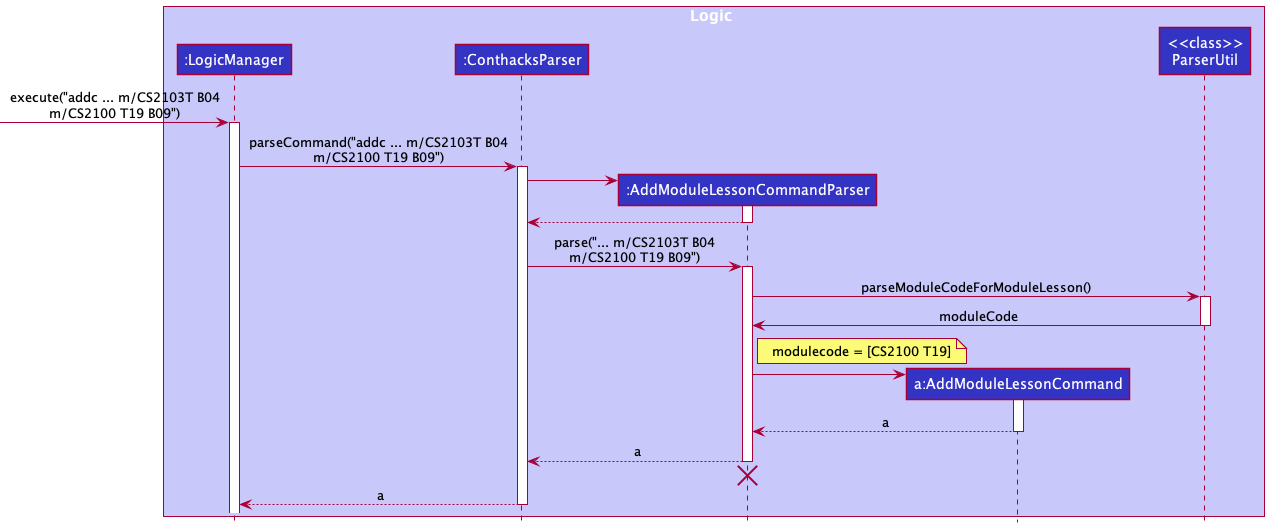
nus-cs2103-AY2122S1/tp keeps this PlantUML diagram as docs/images/ParseAddModuleLessonSequenceDiagram.png. Above is the earlier version.
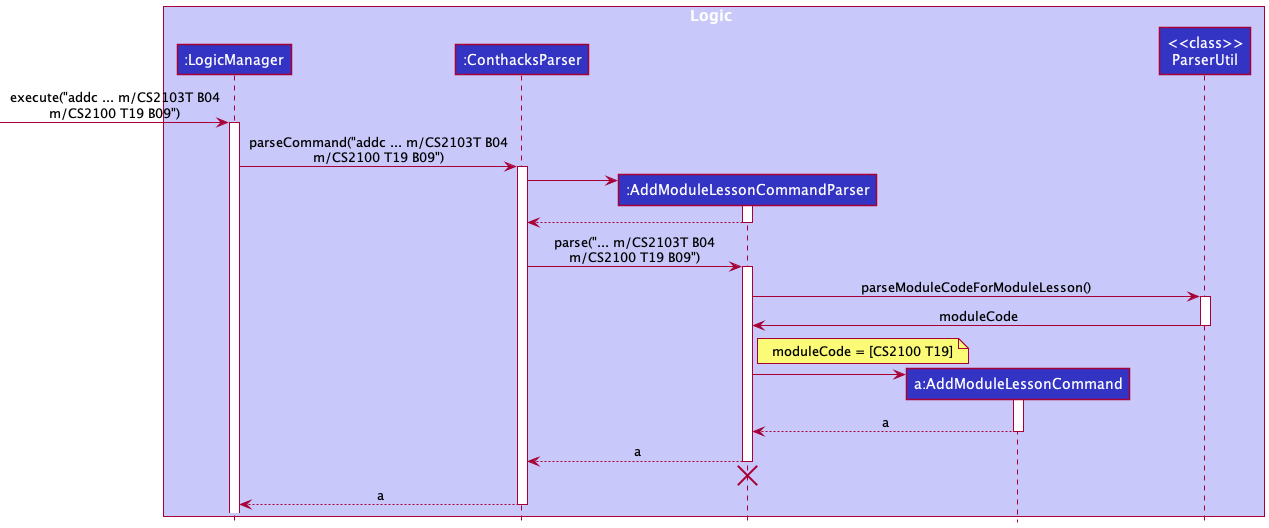
After the change.

Diff of the diagram source:
```diff
@@ -28,7 +28,7 @@
 AddPersonCommandParser -> ParserUtil : parseModuleCodeForModuleLesson()
 activate ParserUtil
 ParserUtil -> AddPersonCommandParser : moduleCode
-note right of AddPersonCommandParser : modulecode = [CS2100 T19]
+note right of AddPersonCommandParser : moduleCode = [CS2100 T19]
 
 deactivate ParserUtil
 
```
